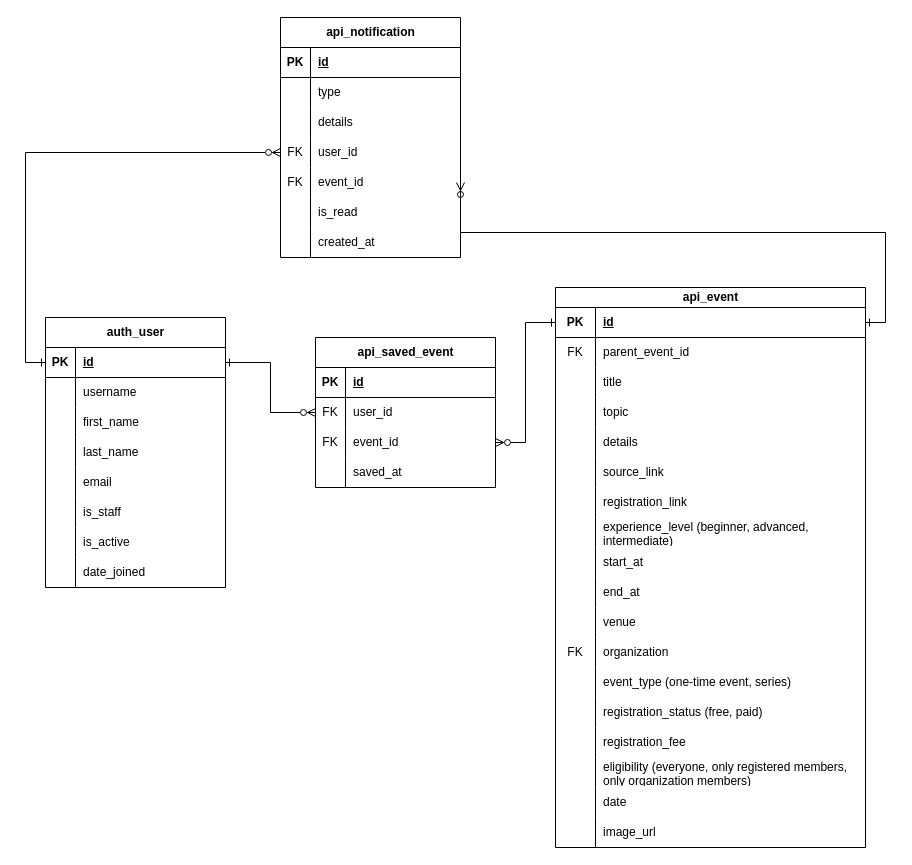
Earlier version of the draw.io diagram page "User" (2 of 3) of 2Gether.drawio (RHILIUS/drawio). Source tidied: cells renumbered, new cells numbered last; positions are measured from the earlier drawing's top-left corner, leaving out a move shared by most shapes. Both pictures are drawn from the tidied source at 100%, with x=0, y=0 at pixel (45, 17).
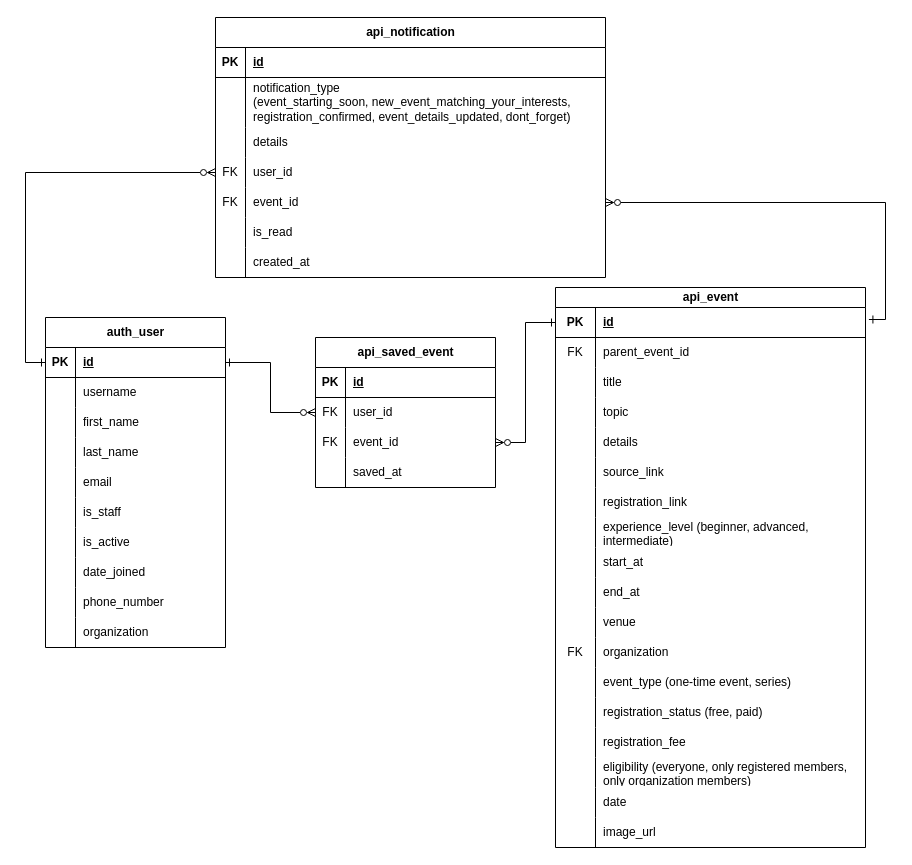
After the change.

Unchanged cells that the change refers to:
```xml
<mxCell id="42" style="shape=tableRow;horizontal=0;startSize=0;swimlaneHead=0;swimlaneBody=0;fillColor=none;points=[[0,0.5],[1,0.5]];portConstraint=eastwest;top=0;left=0;right=0;bottom=1;" parent="41" vertex="1">
  <mxGeometry y="20" width="310" height="30" as="geometry" />
</mxCell>
```

Change to the diagram source:
```diff
@@
     <mxCell id="2" value="auth_user" style="shape=table;startSize=30;childLayout=tableLayout;rowLines=0;fontStyle=1;align=center;html=1;" parent="1" vertex="1">
-      <mxGeometry y="300" width="180" height="270" as="geometry" />
+      <mxGeometry y="300" width="180" height="330" as="geometry" />
     </mxCell>
@@
+    <mxCell id="121" style="shape=tableRow;horizontal=0;startSize=0;swimlaneHead=0;swimlaneBody=0;fillColor=none;top=0;left=0;right=0;bottom=0;" parent="2" vertex="1">
+      <mxGeometry y="270" width="180" height="30" as="geometry" />
+    </mxCell>
+    <mxCell id="122" style="shape=partialRectangle;fillColor=none;top=0;left=0;bottom=0;right=0;overflow=hidden;whiteSpace=wrap;html=1;" parent="121" vertex="1">
+      <mxGeometry width="30" height="30" as="geometry" />
+    </mxCell>
+    <mxCell id="123" value="phone_number" style="shape=partialRectangle;fillColor=none;top=0;left=0;bottom=0;right=0;align=left;spacingLeft=6;overflow=hidden;whiteSpace=wrap;html=1;" parent="121" vertex="1">
+      <mxGeometry x="30" width="150" height="30" as="geometry" />
+    </mxCell>
+    <mxCell id="124" style="shape=tableRow;horizontal=0;startSize=0;swimlaneHead=0;swimlaneBody=0;fillColor=none;top=0;left=0;right=0;bottom=0;" parent="2" vertex="1">
+      <mxGeometry y="300" width="180" height="30" as="geometry" />
+    </mxCell>
+    <mxCell id="125" style="shape=partialRectangle;fillColor=none;top=0;left=0;bottom=0;right=0;overflow=hidden;whiteSpace=wrap;html=1;" parent="124" vertex="1">
+      <mxGeometry width="30" height="30" as="geometry" />
+    </mxCell>
+    <mxCell id="126" value="organization" style="shape=partialRectangle;fillColor=none;top=0;left=0;bottom=0;right=0;align=left;spacingLeft=6;overflow=hidden;whiteSpace=wrap;html=1;" parent="124" vertex="1">
+      <mxGeometry x="30" width="150" height="30" as="geometry" />
+    </mxCell>
@@
     <mxCell id="97" value="api_notification" style="shape=table;startSize=30;childLayout=tableLayout;rowLines=0;fontStyle=1;align=center;html=1;" parent="1" vertex="1">
-      <mxGeometry x="235" width="180" height="240" as="geometry" />
+      <mxGeometry x="170" width="390" height="260" as="geometry" />
     </mxCell>
     <mxCell id="98" style="shape=tableRow;horizontal=0;startSize=0;swimlaneHead=0;swimlaneBody=0;fillColor=none;top=0;left=0;right=0;bottom=1;" parent="97" vertex="1">
-      <mxGeometry y="30" width="180" height="30" as="geometry" />
+      <mxGeometry y="30" width="390" height="30" as="geometry" />
     </mxCell>
@@
     <mxCell id="100" value="id" style="shape=partialRectangle;fillColor=none;top=0;left=0;bottom=0;right=0;align=left;spacingLeft=6;fontStyle=5;overflow=hidden;whiteSpace=wrap;html=1;" parent="98" vertex="1">
-      <mxGeometry x="30" width="150" height="30" as="geometry" />
+      <mxGeometry x="30" width="360" height="30" as="geometry" />
     </mxCell>
     <mxCell id="101" style="shape=tableRow;horizontal=0;startSize=0;swimlaneHead=0;swimlaneBody=0;fillColor=none;top=0;left=0;right=0;bottom=0;" parent="97" vertex="1">
-      <mxGeometry y="60" width="180" height="30" as="geometry" />
+      <mxGeometry y="60" width="390" height="50" as="geometry" />
     </mxCell>
     <mxCell id="102" style="shape=partialRectangle;fillColor=none;top=0;left=0;bottom=0;right=0;overflow=hidden;whiteSpace=wrap;html=1;" parent="101" vertex="1">
-      <mxGeometry width="30" height="30" as="geometry" />
+      <mxGeometry width="30" height="50" as="geometry" />
     </mxCell>
-    <mxCell id="103" value="type" style="shape=partialRectangle;fillColor=none;top=0;left=0;bottom=0;right=0;align=left;spacingLeft=6;overflow=hidden;whiteSpace=wrap;html=1;" parent="101" vertex="1">
-      <mxGeometry x="30" width="150" height="30" as="geometry" />
+    <mxCell id="103" value="notification_type (event_starting_soon,&amp;nbsp;new_event_matching_your_interests,&amp;nbsp;&amp;nbsp;&lt;div&gt;registration_confirmed,&amp;nbsp;event_details_updated,&amp;nbsp;dont_forget)&lt;/div&gt;" style="shape=partialRectangle;fillColor=none;top=0;left=0;bottom=0;right=0;align=left;spacingLeft=6;overflow=hidden;whiteSpace=wrap;html=1;" parent="101" vertex="1">
+      <mxGeometry x="30" width="360" height="50" as="geometry" />
     </mxCell>
     <mxCell id="104" style="shape=tableRow;horizontal=0;startSize=0;swimlaneHead=0;swimlaneBody=0;fillColor=none;top=0;left=0;right=0;bottom=0;" parent="97" vertex="1">
-      <mxGeometry y="90" width="180" height="30" as="geometry" />
+      <mxGeometry y="110" width="390" height="30" as="geometry" />
     </mxCell>
@@
     <mxCell id="106" value="details" style="shape=partialRectangle;fillColor=none;top=0;left=0;bottom=0;right=0;align=left;spacingLeft=6;overflow=hidden;whiteSpace=wrap;html=1;" parent="104" vertex="1">
-      <mxGeometry x="30" width="150" height="30" as="geometry" />
+      <mxGeometry x="30" width="360" height="30" as="geometry" />
     </mxCell>
     <mxCell id="107" style="shape=tableRow;horizontal=0;startSize=0;swimlaneHead=0;swimlaneBody=0;fillColor=none;points=[[0,0.5],[1,0.5]];portConstraint=eastwest;top=0;left=0;right=0;bottom=0;" parent="97" vertex="1">
-      <mxGeometry y="120" width="180" height="30" as="geometry" />
+      <mxGeometry y="140" width="390" height="30" as="geometry" />
     </mxCell>
@@
     <mxCell id="109" value="user_id" style="shape=partialRectangle;fillColor=none;top=0;left=0;bottom=0;right=0;align=left;spacingLeft=6;overflow=hidden;whiteSpace=wrap;html=1;" parent="107" vertex="1">
-      <mxGeometry x="30" width="150" height="30" as="geometry" />
+      <mxGeometry x="30" width="360" height="30" as="geometry" />
     </mxCell>
     <mxCell id="110" style="shape=tableRow;horizontal=0;startSize=0;swimlaneHead=0;swimlaneBody=0;fillColor=none;points=[[0,0.5],[1,0.5]];portConstraint=eastwest;top=0;left=0;right=0;bottom=0;" parent="97" vertex="1">
-      <mxGeometry y="150" width="180" height="30" as="geometry" />
+      <mxGeometry y="170" width="390" height="30" as="geometry" />
     </mxCell>
@@
     <mxCell id="112" value="event_id" style="shape=partialRectangle;fillColor=none;top=0;left=0;bottom=0;right=0;align=left;spacingLeft=6;overflow=hidden;whiteSpace=wrap;html=1;" parent="110" vertex="1">
-      <mxGeometry x="30" width="150" height="30" as="geometry" />
+      <mxGeometry x="30" width="360" height="30" as="geometry" />
     </mxCell>
     <mxCell id="113" style="shape=tableRow;horizontal=0;startSize=0;swimlaneHead=0;swimlaneBody=0;fillColor=none;top=0;left=0;right=0;bottom=0;" parent="97" vertex="1">
-      <mxGeometry y="180" width="180" height="30" as="geometry" />
+      <mxGeometry y="200" width="390" height="30" as="geometry" />
     </mxCell>
@@
     <mxCell id="115" value="is_read" style="shape=partialRectangle;fillColor=none;top=0;left=0;bottom=0;right=0;align=left;spacingLeft=6;overflow=hidden;whiteSpace=wrap;html=1;" parent="113" vertex="1">
-      <mxGeometry x="30" width="150" height="30" as="geometry" />
+      <mxGeometry x="30" width="360" height="30" as="geometry" />
     </mxCell>
     <mxCell id="116" style="shape=tableRow;horizontal=0;startSize=0;swimlaneHead=0;swimlaneBody=0;fillColor=none;top=0;left=0;right=0;bottom=0;" parent="97" vertex="1">
-      <mxGeometry y="210" width="180" height="30" as="geometry" />
+      <mxGeometry y="230" width="390" height="30" as="geometry" />
     </mxCell>
@@
     <mxCell id="118" value="created_at" style="shape=partialRectangle;fillColor=none;top=0;left=0;bottom=0;right=0;align=left;spacingLeft=6;overflow=hidden;whiteSpace=wrap;html=1;" parent="116" vertex="1">
-      <mxGeometry x="30" width="150" height="30" as="geometry" />
+      <mxGeometry x="30" width="360" height="30" as="geometry" />
     </mxCell>
@@
-    <mxCell id="120" style="edgeStyle=orthogonalEdgeStyle;rounded=0;jettySize=auto;html=1;entryX=1;entryY=0.5;entryDx=0;entryDy=0;endArrow=ERzeroToMany;endFill=0;startArrow=ERone;startFill=0;" parent="1" edge="1" source="42" target="110">
+    <mxCell id="120" style="rounded=0;jettySize=auto;html=1;entryX=1;entryY=0.5;entryDx=0;entryDy=0;endArrow=ERzeroToMany;endFill=0;startArrow=ERone;startFill=0;exitX=1.011;exitY=0.4;exitDx=0;exitDy=0;exitPerimeter=0;edgeStyle=orthogonalEdgeStyle;" parent="1" edge="1" source="42" target="110">
       <mxGeometry relative="1" as="geometry">
         <Array as="points">
-          <mxPoint x="840" y="305" />
-          <mxPoint x="840" y="215" />
+          <mxPoint x="840" y="302" />
+          <mxPoint x="840" y="185" />
         </Array>
       </mxGeometry>
     </mxCell>
```
